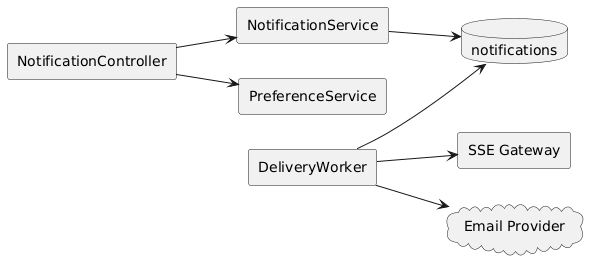
Earlier version of the PlantUML export docs/detailed-designs/diagrams/rendered/c4_component_notification.png (QuinntyneBrown/LendQ). Source of this version:
```plantuml
@startuml
left to right direction
skinparam shadowing false
rectangle "NotificationController" as controller
rectangle "NotificationService" as service
rectangle "PreferenceService" as prefs
rectangle "SSE Gateway" as sse
rectangle "DeliveryWorker" as worker
database "notifications" as db
cloud "Email Provider" as email

controller --> service
controller --> prefs
service --> db
worker --> db
worker --> sse
worker --> email
@enduml
```
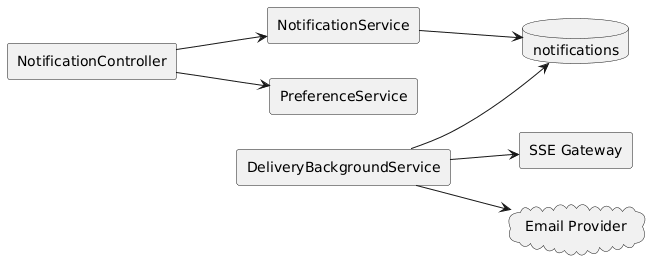
The same file after the commit.

Change to the diagram source:
```diff
@@ -5,7 +5,7 @@
 rectangle "NotificationService" as service
 rectangle "PreferenceService" as prefs
 rectangle "SSE Gateway" as sse
-rectangle "DeliveryWorker" as worker
+rectangle "DeliveryBackgroundService" as worker
 database "notifications" as db
 cloud "Email Provider" as email
 
```
